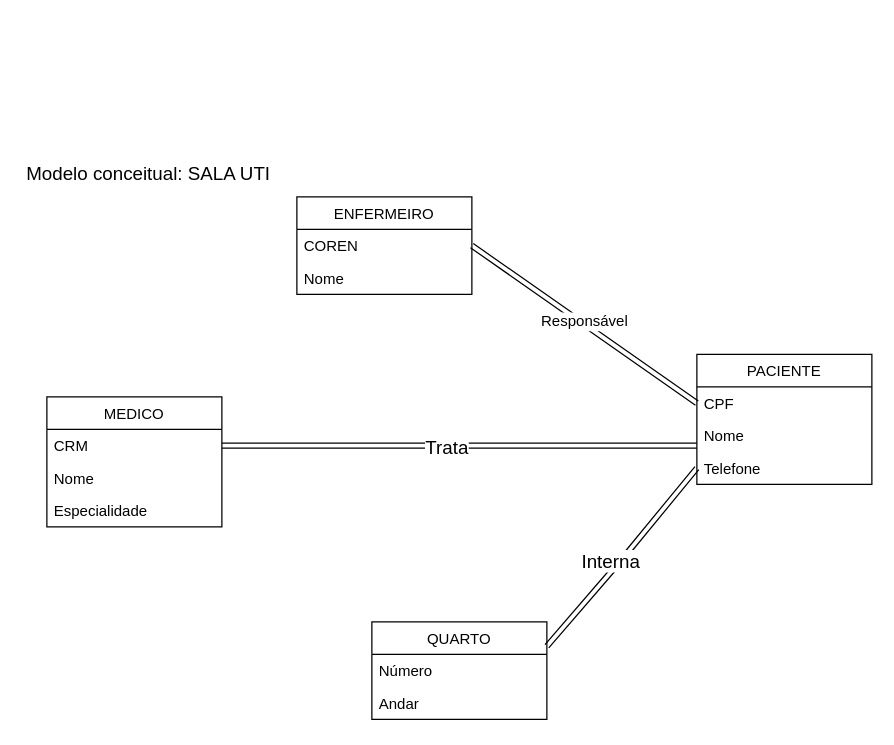
The draw.io diagram page "Page-1" (1 of 5) of Untitled Diagram.drawio in FranciscoAntonioGuilherme/inicioReact, before the edit. Source tidied: cells renumbered, new cells numbered last; positions are measured from the earlier drawing's top-left corner, leaving out a move shared by most shapes. Both pictures are drawn from the tidied source at 125%, with x=0, y=0 at pixel (46, 171).
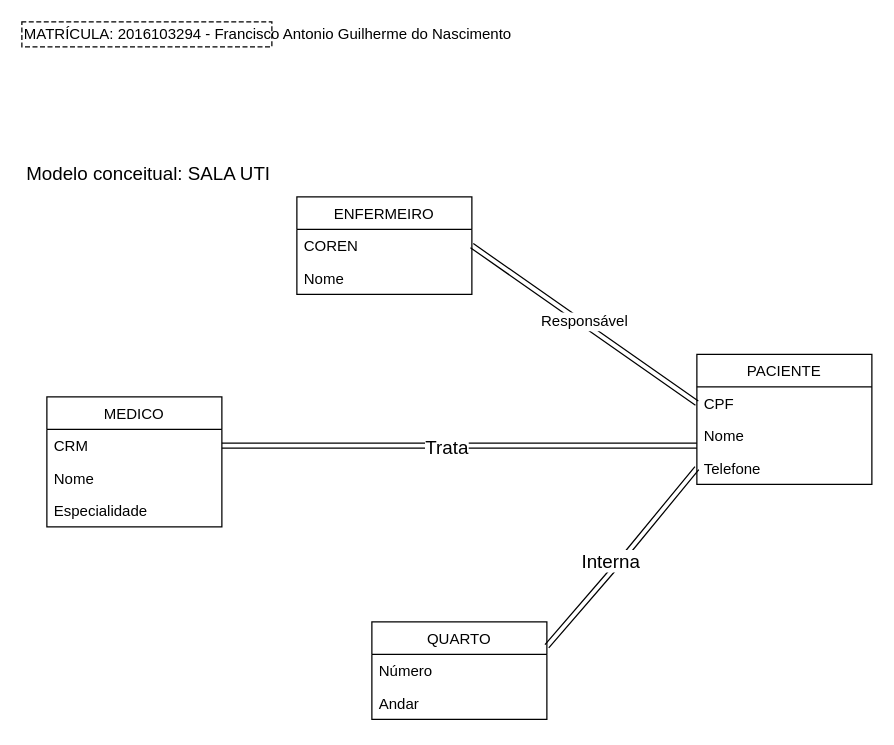
Above is the later version.

Diff of the diagram source:
```diff
@@
+    <mxCell id="23" value="MATRÍCULA: 2016103294 - Francisco Antonio Guilherme do Nascimento" style="shape=partialRectangle;html=1;top=1;align=left;dashed=1;fontSize=12;" parent="1" vertex="1">
+      <mxGeometry x="-20" y="-120" width="200" height="20" as="geometry" />
+    </mxCell>
```
